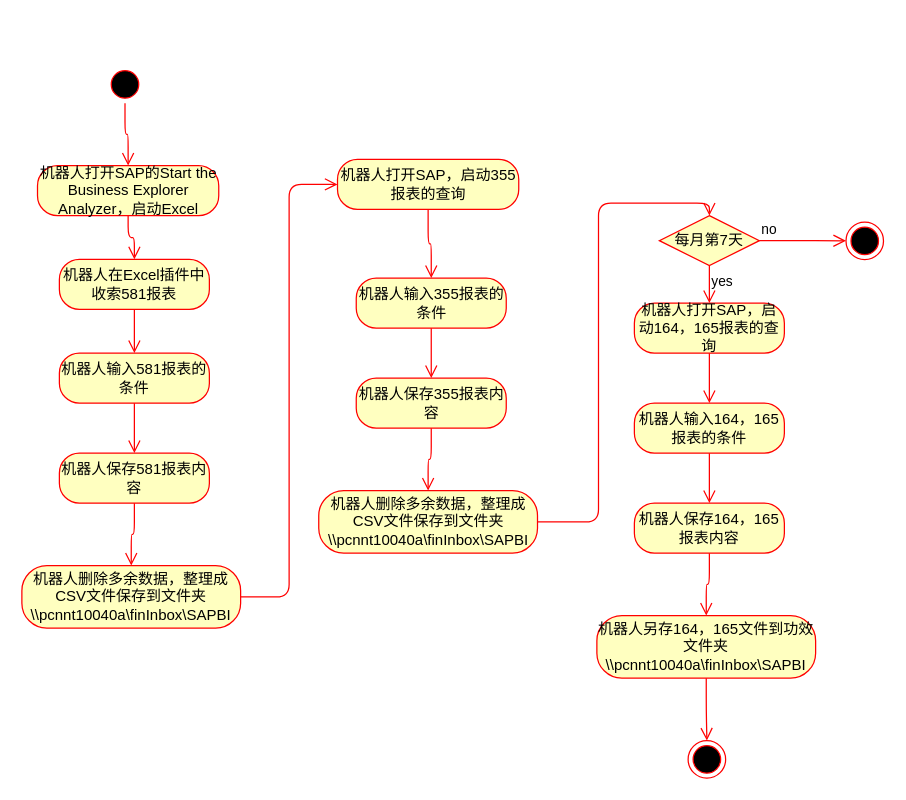
Youjwxyz/VBA_Library keeps this draw.io diagram as page "SAPReport" (4 of 5) of Uipath Projects Design.drawio. Above is the earlier version. Source tidied: cells renumbered, new cells numbered last; positions are measured from the earlier drawing's top-left corner, leaving out a move shared by most shapes. Both pictures are drawn from the tidied source at 125%, with x=0, y=0 at pixel (21, 65).
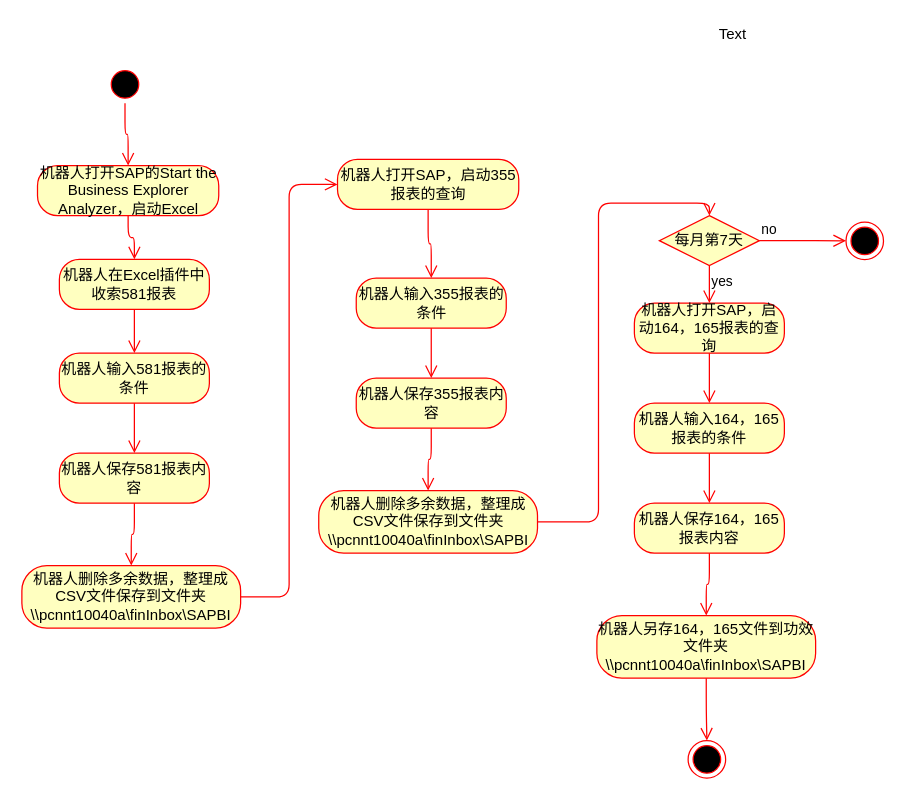
The same page after the edit.

What changed in the source:
```diff
@@
+    <mxCell id="35" value="Text" style="text;html=1;align=left;verticalAlign=top;spacingTop=-4;" parent="1" vertex="1">
+      <mxGeometry x="556" y="-35" width="40" height="20" as="geometry" />
+    </mxCell>
```
